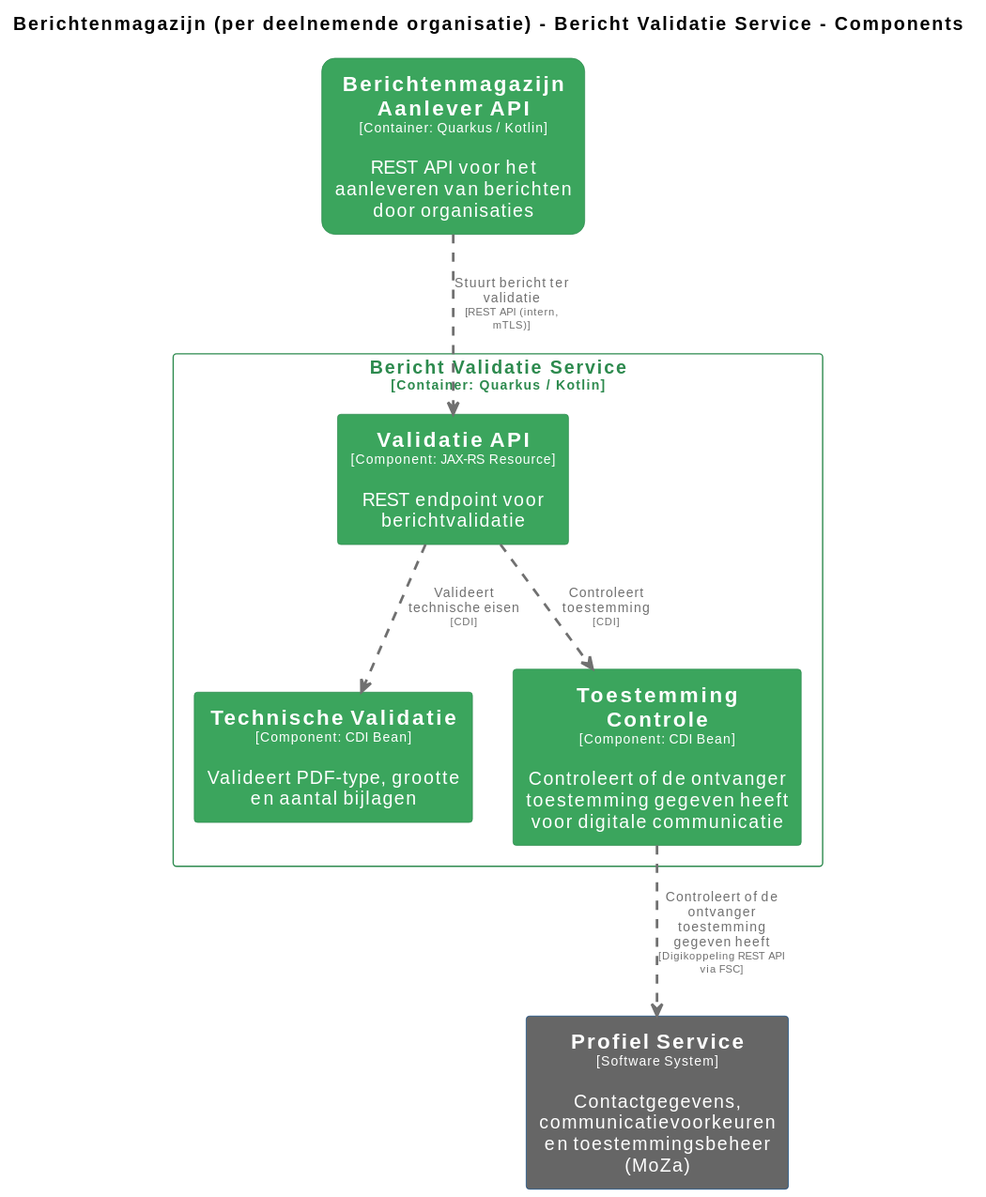
MinBZK/moza-poc-fbs-berichtenbox keeps this PlantUML diagram as master/svg/BerichtValidatieComponenten.svg. Above is the earlier version. Its source is kept beside it as master/puml/BerichtValidatieComponenten.puml.
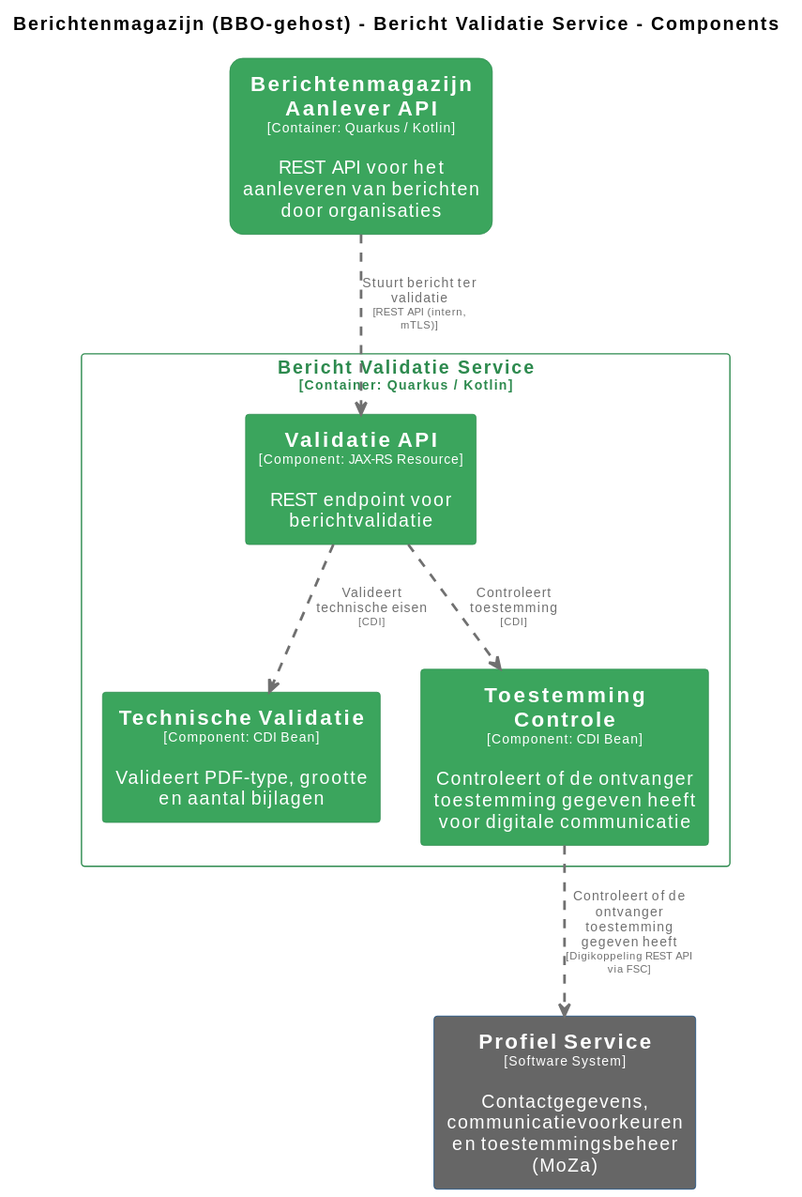
The same diagram one commit later.

Change to the diagram source:
```diff
@@ -1,6 +1,6 @@
 @startuml
 set separator none
-title Berichtenmagazijn (per deelnemende organisatie) - Bericht Validatie Service - Components
+title Berichtenmagazijn (BBO-gehost) - Bericht Validatie Service - Components
 
 top to bottom direction
 skinparam ranksep 60
@@ -15,7 +15,7 @@
 
 hide stereotype
 
-skinparam rectangle<<Berichtenmagazijnperdeelnemendeorganisatie.BerichtenmagazijnAanleverAPI>> {
+skinparam rectangle<<BerichtenmagazijnBBOgehost.BerichtenmagazijnAanleverAPI>> {
   BackgroundColor #3ba55d
   FontColor #ffffff
   BorderColor #2d8a4e
@@ -28,41 +28,41 @@
   BorderColor #0b4884
   shadowing false
 }
-skinparam rectangle<<Berichtenmagazijnperdeelnemendeorganisatie.BerichtValidatieService.TechnischeValidatie>> {
+skinparam rectangle<<BerichtenmagazijnBBOgehost.BerichtValidatieService.TechnischeValidatie>> {
   BackgroundColor #3ba55d
   FontColor #ffffff
   BorderColor #2d8a4e
   shadowing false
 }
-skinparam rectangle<<Berichtenmagazijnperdeelnemendeorganisatie.BerichtValidatieService.ToestemmingControle>> {
+skinparam rectangle<<BerichtenmagazijnBBOgehost.BerichtValidatieService.ToestemmingControle>> {
   BackgroundColor #3ba55d
   FontColor #ffffff
   BorderColor #2d8a4e
   shadowing false
 }
-skinparam rectangle<<Berichtenmagazijnperdeelnemendeorganisatie.BerichtValidatieService.ValidatieAPI>> {
+skinparam rectangle<<BerichtenmagazijnBBOgehost.BerichtValidatieService.ValidatieAPI>> {
   BackgroundColor #3ba55d
   FontColor #ffffff
   BorderColor #2d8a4e
   shadowing false
 }
-skinparam rectangle<<Berichtenmagazijnperdeelnemendeorganisatie.BerichtValidatieService>> {
+skinparam rectangle<<BerichtenmagazijnBBOgehost.BerichtValidatieService>> {
   BorderColor #2d8a4e
   FontColor #2d8a4e
   shadowing false
 }
 
 rectangle "==Profiel Service\n<size:10>[Software System]</size>\n\nContactgegevens, communicatievoorkeuren en toestemmingsbeheer (MoZa)" <<ProfielService>> as ProfielService
-rectangle "==Berichtenmagazijn Aanlever API\n<size:10>[Container: Quarkus / Kotlin]</size>\n\nREST API voor het aanleveren van berichten door organisaties" <<Berichtenmagazijnperdeelnemendeorganisatie.BerichtenmagazijnAanleverAPI>> as Berichtenmagazijnperdeelnemendeorganisatie.BerichtenmagazijnAanleverAPI
+rectangle "==Berichtenmagazijn Aanlever API\n<size:10>[Container: Quarkus / Kotlin]</size>\n\nREST API voor het aanleveren van berichten door organisaties" <<BerichtenmagazijnBBOgehost.BerichtenmagazijnAanleverAPI>> as BerichtenmagazijnBBOgehost.BerichtenmagazijnAanleverAPI
 
-rectangle "Bericht Validatie Service\n<size:10>[Container: Quarkus / Kotlin]</size>" <<Berichtenmagazijnperdeelnemendeorganisatie.BerichtValidatieService>> {
-  rectangle "==Validatie API\n<size:10>[Component: JAX-RS Resource]</size>\n\nREST endpoint voor berichtvalidatie" <<Berichtenmagazijnperdeelnemendeorganisatie.BerichtValidatieService.ValidatieAPI>> as Berichtenmagazijnperdeelnemendeorganisatie.BerichtValidatieService.ValidatieAPI
-  rectangle "==Technische Validatie\n<size:10>[Component: CDI Bean]</size>\n\nValideert PDF-type, grootte en aantal bijlagen" <<Berichtenmagazijnperdeelnemendeorganisatie.BerichtValidatieService.TechnischeValidatie>> as Berichtenmagazijnperdeelnemendeorganisatie.BerichtValidatieService.TechnischeValidatie
-  rectangle "==Toestemming Controle\n<size:10>[Component: CDI Bean]</size>\n\nControleert of de ontvanger toestemming gegeven heeft voor digitale communicatie" <<Berichtenmagazijnperdeelnemendeorganisatie.BerichtValidatieService.ToestemmingControle>> as Berichtenmagazijnperdeelnemendeorganisatie.BerichtValidatieService.ToestemmingControle
+rectangle "Bericht Validatie Service\n<size:10>[Container: Quarkus / Kotlin]</size>" <<BerichtenmagazijnBBOgehost.BerichtValidatieService>> {
+  rectangle "==Validatie API\n<size:10>[Component: JAX-RS Resource]</size>\n\nREST endpoint voor berichtvalidatie" <<BerichtenmagazijnBBOgehost.BerichtValidatieService.ValidatieAPI>> as BerichtenmagazijnBBOgehost.BerichtValidatieService.ValidatieAPI
+  rectangle "==Technische Validatie\n<size:10>[Component: CDI Bean]</size>\n\nValideert PDF-type, grootte en aantal bijlagen" <<BerichtenmagazijnBBOgehost.BerichtValidatieService.TechnischeValidatie>> as BerichtenmagazijnBBOgehost.BerichtValidatieService.TechnischeValidatie
+  rectangle "==Toestemming Controle\n<size:10>[Component: CDI Bean]</size>\n\nControleert of de ontvanger toestemming gegeven heeft voor digitale communicatie" <<BerichtenmagazijnBBOgehost.BerichtValidatieService.ToestemmingControle>> as BerichtenmagazijnBBOgehost.BerichtValidatieService.ToestemmingControle
 }
 
-Berichtenmagazijnperdeelnemendeorganisatie.BerichtValidatieService.ToestemmingControle .[#707070,thickness=2].> ProfielService : "<color:#707070>Controleert of de ontvanger toestemming gegeven heeft\n<color:#707070><size:8>[Digikoppeling REST API via FSC]</size>"
-Berichtenmagazijnperdeelnemendeorganisatie.BerichtValidatieService.ValidatieAPI .[#707070,thickness=2].> Berichtenmagazijnperdeelnemendeorganisatie.BerichtValidatieService.TechnischeValidatie : "<color:#707070>Valideert technische eisen\n<color:#707070><size:8>[CDI]</size>"
-Berichtenmagazijnperdeelnemendeorganisatie.BerichtValidatieService.ValidatieAPI .[#707070,thickness=2].> Berichtenmagazijnperdeelnemendeorganisatie.BerichtValidatieService.ToestemmingControle : "<color:#707070>Controleert toestemming\n<color:#707070><size:8>[CDI]</size>"
-Berichtenmagazijnperdeelnemendeorganisatie.BerichtenmagazijnAanleverAPI .[#707070,thickness=2].> Berichtenmagazijnperdeelnemendeorganisatie.BerichtValidatieService.ValidatieAPI : "<color:#707070>Stuurt bericht ter validatie\n<color:#707070><size:8>[REST API (intern, mTLS)]</size>"
+BerichtenmagazijnBBOgehost.BerichtValidatieService.ToestemmingControle .[#707070,thickness=2].> ProfielService : "<color:#707070>Controleert of de ontvanger toestemming gegeven heeft\n<color:#707070><size:8>[Digikoppeling REST API via FSC]</size>"
+BerichtenmagazijnBBOgehost.BerichtValidatieService.ValidatieAPI .[#707070,thickness=2].> BerichtenmagazijnBBOgehost.BerichtValidatieService.TechnischeValidatie : "<color:#707070>Valideert technische eisen\n<color:#707070><size:8>[CDI]</size>"
+BerichtenmagazijnBBOgehost.BerichtValidatieService.ValidatieAPI .[#707070,thickness=2].> BerichtenmagazijnBBOgehost.BerichtValidatieService.ToestemmingControle : "<color:#707070>Controleert toestemming\n<color:#707070><size:8>[CDI]</size>"
+BerichtenmagazijnBBOgehost.BerichtenmagazijnAanleverAPI .[#707070,thickness=2].> BerichtenmagazijnBBOgehost.BerichtValidatieService.ValidatieAPI : "<color:#707070>Stuurt bericht ter validatie\n<color:#707070><size:8>[REST API (intern, mTLS)]</size>"
 @enduml
```
